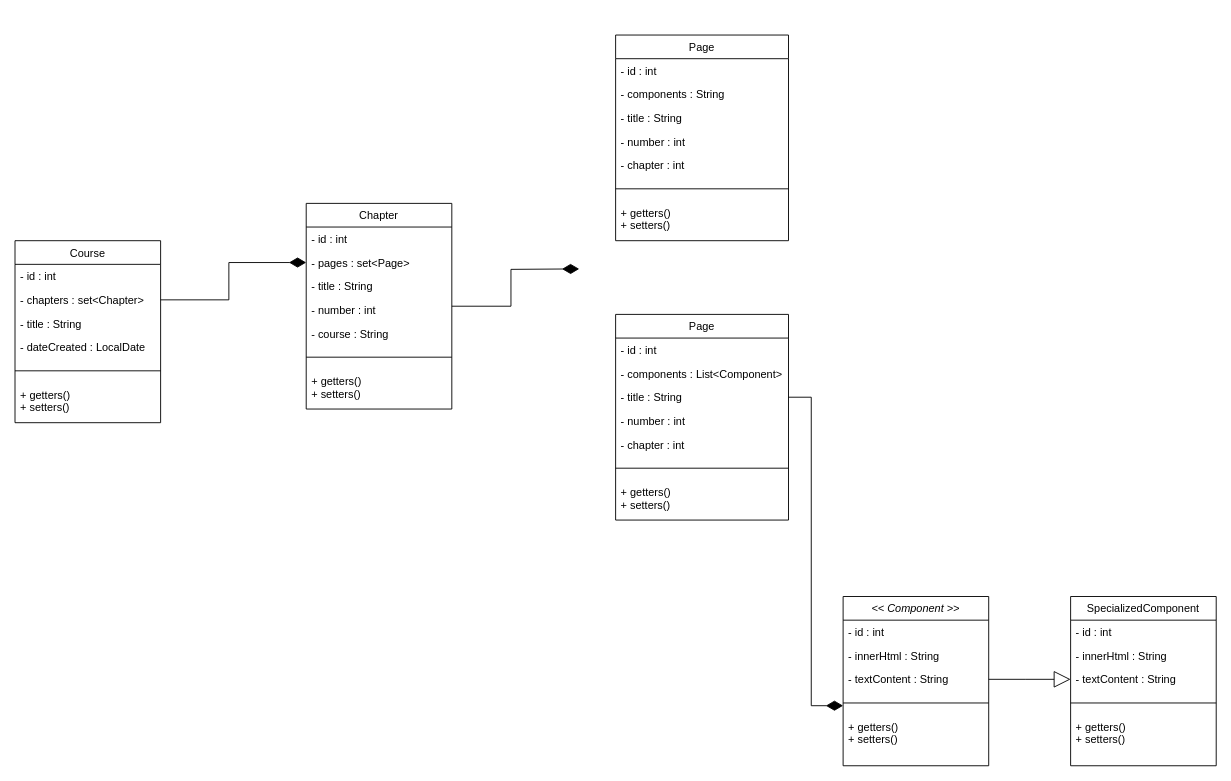
Before: system_design/wyswyg-editor.drawio in tomcruzana/wyswyg-article-editor, a draw.io diagram. Source tidied: cells renumbered, new cells numbered last; positions are measured from the earlier drawing's top-left corner, leaving out a move shared by most shapes. Both pictures are drawn from the tidied source at 91%, with x=0, y=0 at pixel (15, 35).
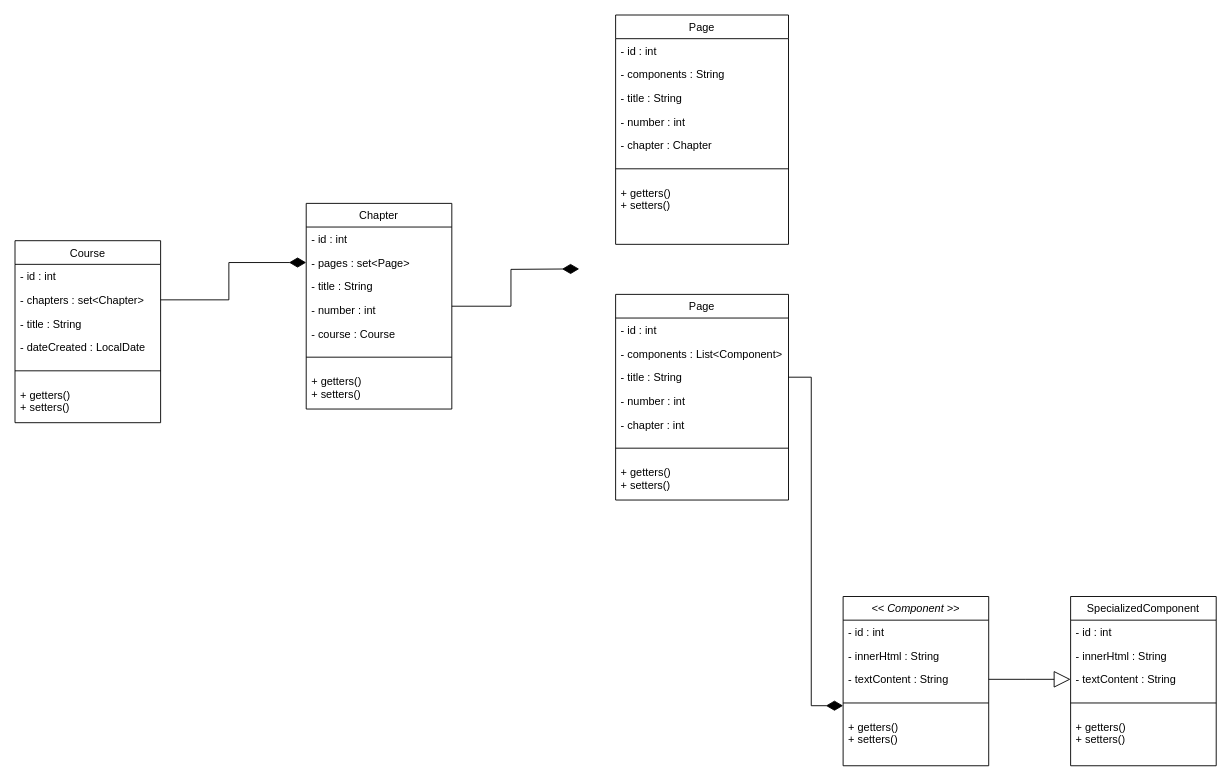
The same diagram, later.

The change refers to these unchanged cells:
```xml
<mxCell id="10" value="Chapter" style="swimlane;fontStyle=0;align=center;verticalAlign=top;horizontal=1;startSize=26;rounded=0;shadow=0;strokeWidth=1;" parent="1" vertex="1">
  <mxGeometry x="320" y="185" width="160" height="226" as="geometry" />
</mxCell>
```

The edit, as a diff of the source:
```diff
@@
-    <mxCell id="15" value="- course : String" style="text;align=left;verticalAlign=top;spacingLeft=4;spacingRight=4;overflow=hidden;rounded=0;shadow=0;html=0;" parent="10" vertex="1">
+    <mxCell id="15" value="- course : Course" style="text;align=left;verticalAlign=top;spacingLeft=4;spacingRight=4;overflow=hidden;rounded=0;shadow=0;html=0;" parent="10" vertex="1">
       <mxGeometry y="130" width="160" height="26" as="geometry" />
     </mxCell>
@@
     <mxCell id="19" value="Page" style="swimlane;fontStyle=0;align=center;verticalAlign=top;horizontal=1;startSize=26;rounded=0;shadow=0;strokeWidth=1;" parent="1" vertex="1">
-      <mxGeometry x="660" y="307" width="190" height="226" as="geometry" />
+      <mxGeometry x="660" y="285" width="190" height="226" as="geometry" />
     </mxCell>
@@
     <mxCell id="41" value="Page" style="swimlane;fontStyle=0;align=center;verticalAlign=top;horizontal=1;startSize=26;rounded=0;shadow=0;strokeWidth=1;" parent="1" vertex="1">
-      <mxGeometry x="660" width="190" height="226" as="geometry" />
+      <mxGeometry x="660" y="-22" width="190" height="252" as="geometry" />
     </mxCell>
@@
-    <mxCell id="46" value="- chapter : int" style="text;align=left;verticalAlign=top;spacingLeft=4;spacingRight=4;overflow=hidden;rounded=0;shadow=0;html=0;" parent="41" vertex="1">
-      <mxGeometry y="130" width="190" height="26" as="geometry" />
-    </mxCell>
+    <mxCell id="49" value="- chapter : Chapter" style="text;align=left;verticalAlign=top;spacingLeft=4;spacingRight=4;overflow=hidden;rounded=0;shadow=0;html=0;" parent="41" vertex="1">
+      <mxGeometry y="130" width="190" height="26" as="geometry" />
+    </mxCell>
```
